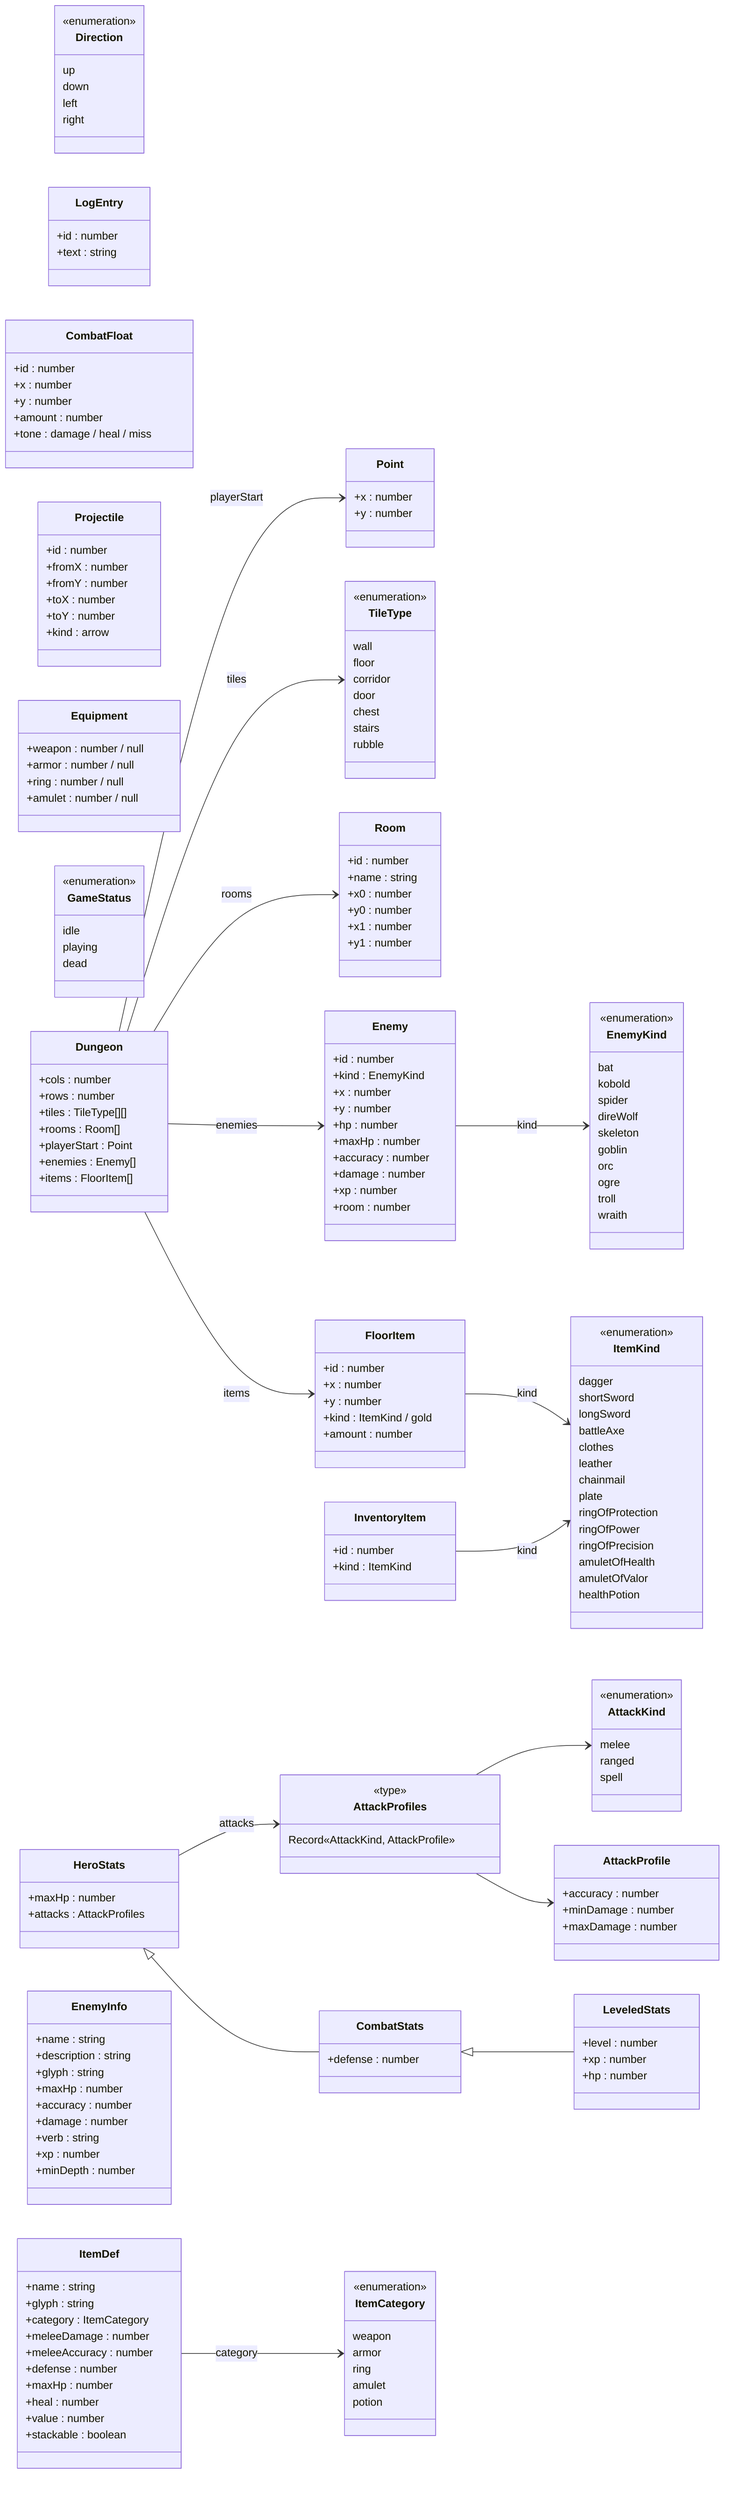
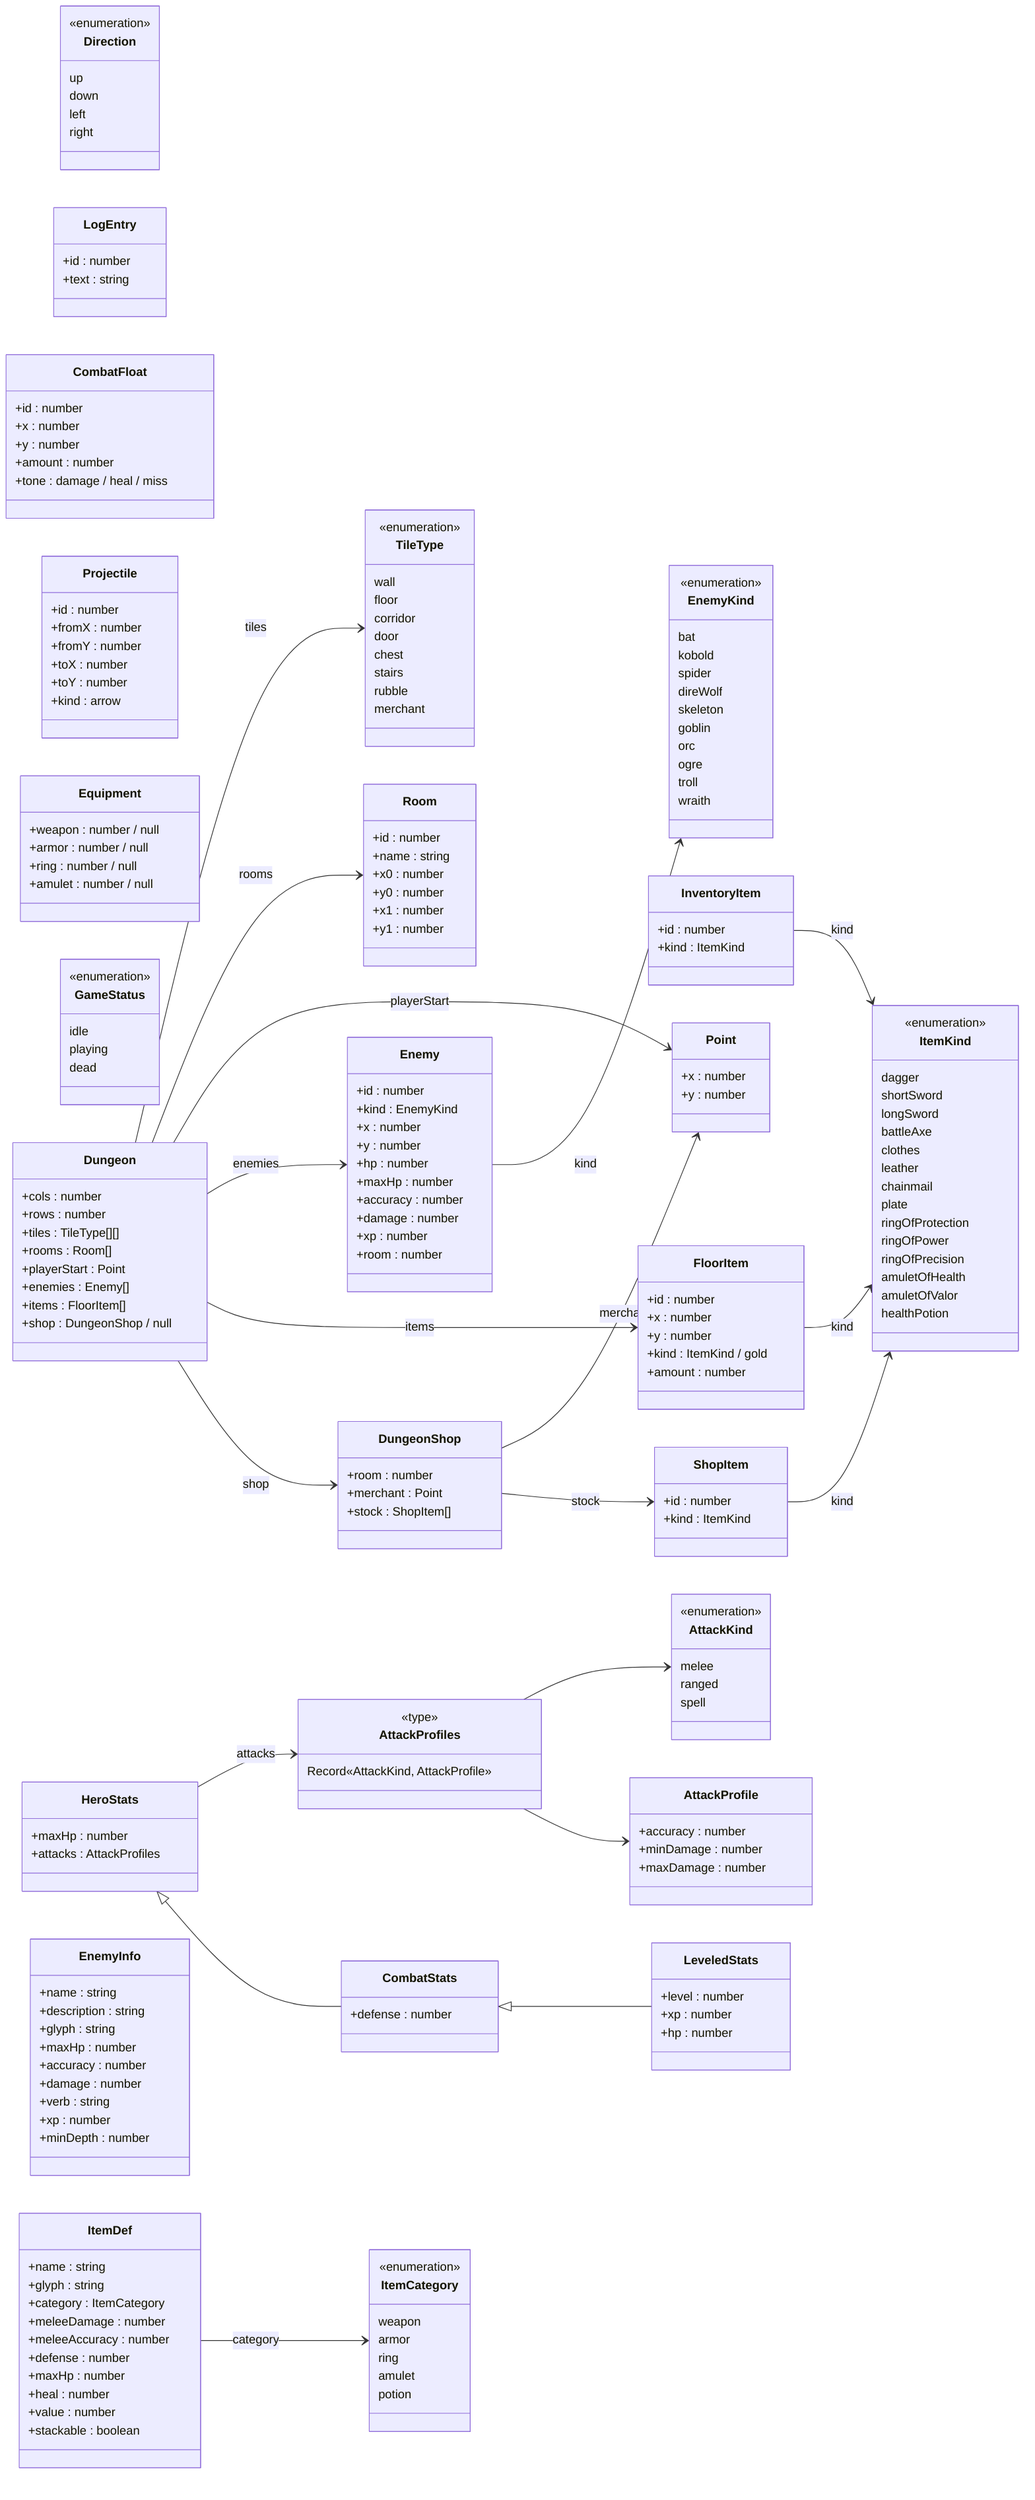
classDiagram
  direction LR
  class Point {
    +x : number
    +y : number
  }
  class Direction {
    <<enumeration>>
    up
    down
    left
    right
  }
  class TileType {
    <<enumeration>>
    wall
    floor
    corridor
    door
    chest
    stairs
    rubble
+     merchant
  }
  class Room {
    +id : number
    +name : string
    +x0 : number
    +y0 : number
    +x1 : number
    +y1 : number
  }
  class LogEntry {
    +id : number
    +text : string
  }
  class CombatFloat {
    +id : number
    +x : number
    +y : number
    +amount : number
    +tone : damage / heal / miss
  }
  class Projectile {
    +id : number
    +fromX : number
    +fromY : number
    +toX : number
    +toY : number
    +kind : arrow
  }
  class InventoryItem {
    +id : number
    +kind : ItemKind
  }
  class FloorItem {
    +id : number
    +x : number
    +y : number
    +kind : ItemKind / gold
    +amount : number
  }
  class Equipment {
    +weapon : number / null
    +armor : number / null
    +ring : number / null
    +amulet : number / null
  }
  class AttackKind {
    <<enumeration>>
    melee
    ranged
    spell
  }
  class AttackProfile {
    +accuracy : number
    +minDamage : number
    +maxDamage : number
  }
  class AttackProfiles {
    <<type>>
    Record«AttackKind, AttackProfile»
  }
  class Enemy {
    +id : number
    +kind : EnemyKind
    +x : number
    +y : number
    +hp : number
    +maxHp : number
    +accuracy : number
    +damage : number
    +xp : number
    +room : number
  }
  class GameStatus {
    <<enumeration>>
    idle
    playing
    dead
  }
  class HeroStats {
    +maxHp : number
    +attacks : AttackProfiles
  }
  class CombatStats {
    +defense : number
  }
  class LeveledStats {
    +level : number
    +xp : number
    +hp : number
  }
  class Dungeon {
    +cols : number
    +rows : number
    +tiles : TileType[][]
    +rooms : Room[]
    +playerStart : Point
    +enemies : Enemy[]
    +items : FloorItem[]
+     +shop : DungeonShop / null
+   }
+   class ShopItem {
+     +id : number
+     +kind : ItemKind
+   }
+   class DungeonShop {
+     +room : number
+     +merchant : Point
+     +stock : ShopItem[]
  }
  class EnemyKind {
    <<enumeration>>
    bat
    kobold
    spider
    direWolf
    skeleton
    goblin
    orc
    ogre
    troll
    wraith
  }
  class EnemyInfo {
    +name : string
    +description : string
    +glyph : string
    +maxHp : number
    +accuracy : number
    +damage : number
    +verb : string
    +xp : number
    +minDepth : number
  }
  class ItemCategory {
    <<enumeration>>
    weapon
    armor
    ring
    amulet
    potion
  }
  class ItemKind {
    <<enumeration>>
    dagger
    shortSword
    longSword
    battleAxe
    clothes
    leather
    chainmail
    plate
    ringOfProtection
    ringOfPower
    ringOfPrecision
    amuletOfHealth
    amuletOfValor
    healthPotion
  }
  class ItemDef {
    +name : string
    +glyph : string
    +category : ItemCategory
    +meleeDamage : number
    +meleeAccuracy : number
    +defense : number
    +maxHp : number
    +heal : number
    +value : number
    +stackable : boolean
  }
  InventoryItem --> ItemKind : kind
  FloorItem --> ItemKind : kind
  AttackProfiles --> AttackKind
  AttackProfiles --> AttackProfile
  Enemy --> EnemyKind : kind
  HeroStats --> AttackProfiles : attacks
  HeroStats <|-- CombatStats
  CombatStats <|-- LeveledStats
  Dungeon --> TileType : tiles
  Dungeon --> Room : rooms
  Dungeon --> Point : playerStart
  Dungeon --> Enemy : enemies
  Dungeon --> FloorItem : items
+   Dungeon --> DungeonShop : shop
+   ShopItem --> ItemKind : kind
+   DungeonShop --> Point : merchant
+   DungeonShop --> ShopItem : stock
  ItemDef --> ItemCategory : category
